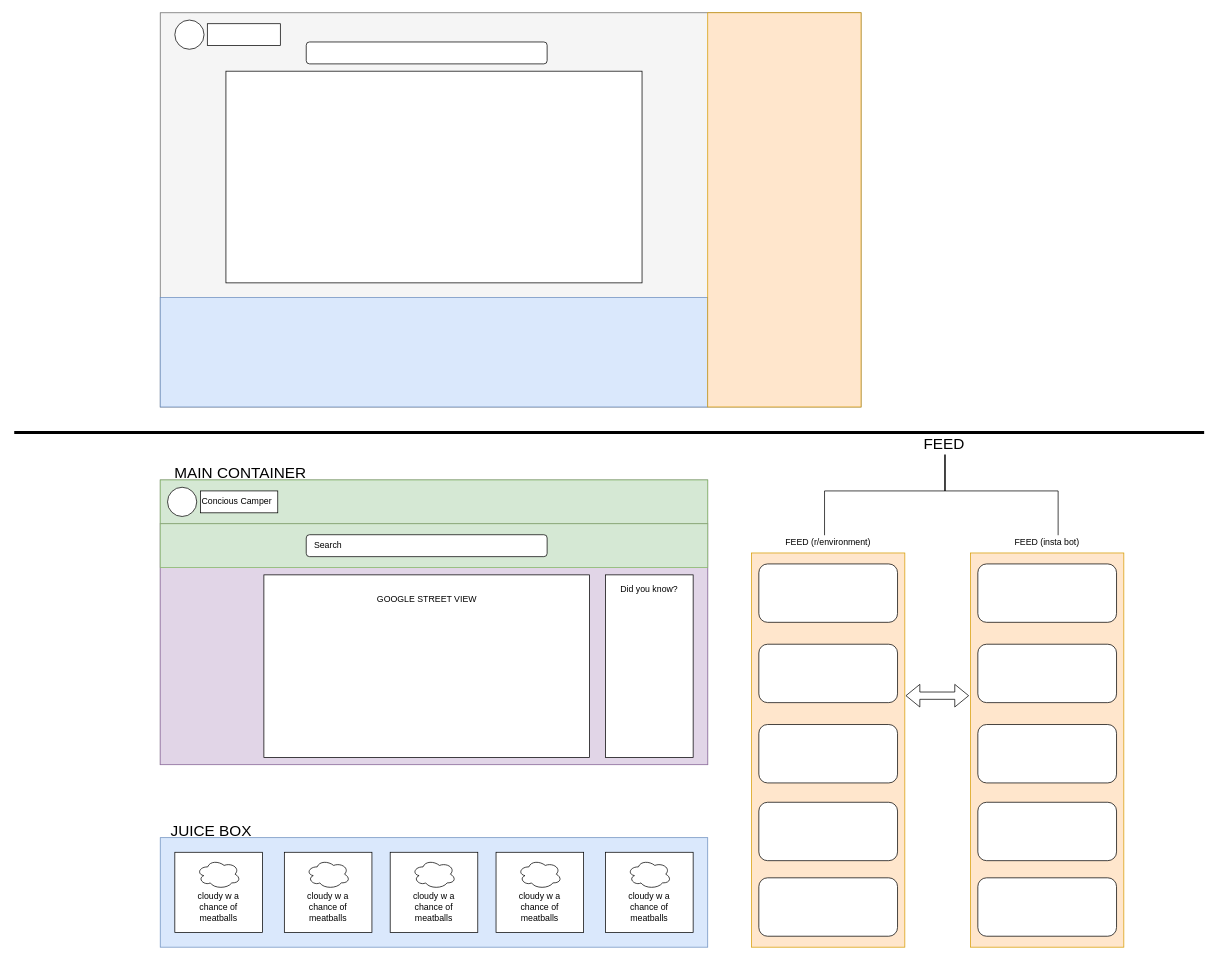
Before: my-app.drawio in NathanInbar/ConsciousCamper, a draw.io diagram. Source tidied: cells renumbered, new cells numbered last; positions are measured from the earlier drawing's top-left corner, leaving out a move shared by most shapes. Both pictures are drawn from the tidied source at 73%, with x=0, y=0 at pixel (14, 12).
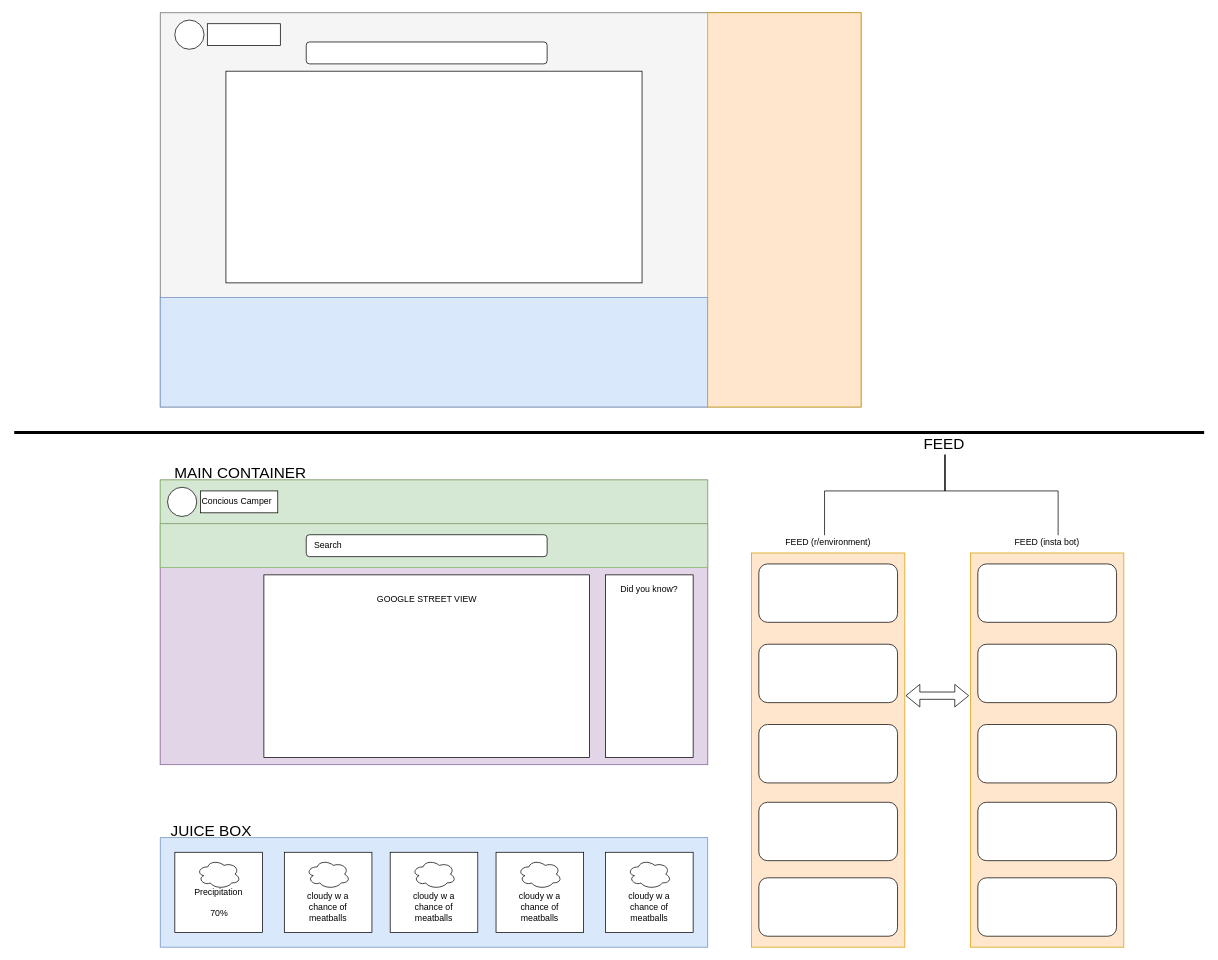
Above is the later version.

Change to the diagram source:
```diff
@@
-    <mxCell id="12" value="cloudy w a chance of meatballs" style="text;html=1;strokeColor=none;fillColor=none;align=center;verticalAlign=middle;whiteSpace=wrap;rounded=0;" parent="1" vertex="1">
-      <mxGeometry x="240" y="1210" width="80" height="30" as="geometry" />
+    <mxCell id="12" value="Precipitation" style="text;html=1;strokeColor=none;fillColor=none;align=center;verticalAlign=middle;whiteSpace=wrap;rounded=0;" parent="1" vertex="1">
+      <mxGeometry x="240" y="1190" width="80" height="30" as="geometry" />
     </mxCell>
@@
+    <mxCell id="59" value="70%" style="text;html=1;" parent="1" vertex="1">
+      <mxGeometry x="267" y="1220" width="26" height="30" as="geometry" />
+    </mxCell>
```
